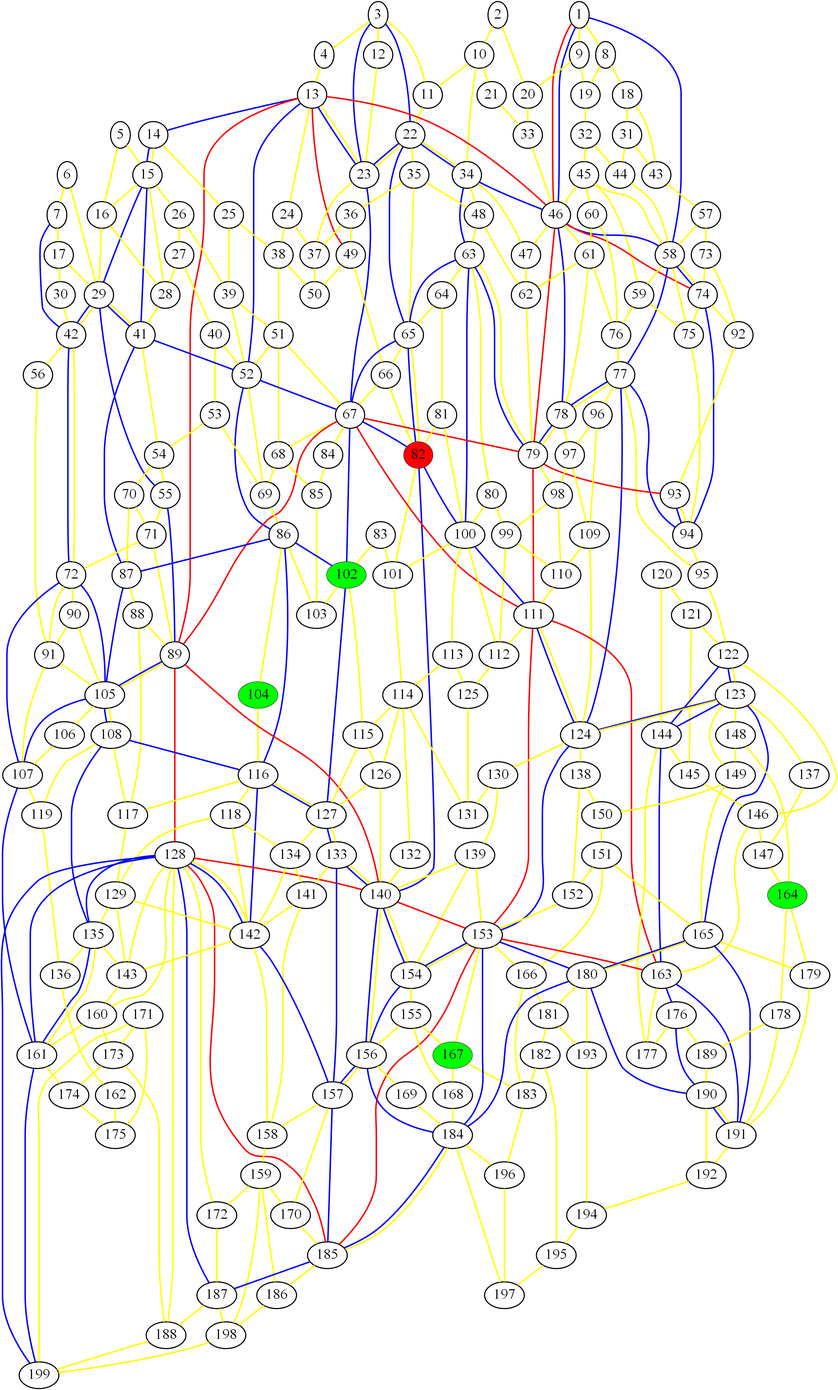
This is graph_20.png from ed-churchill/complex-systems-project, a Graphviz export, as it was before one commit. Its source is kept beside it as graph_20.gv.
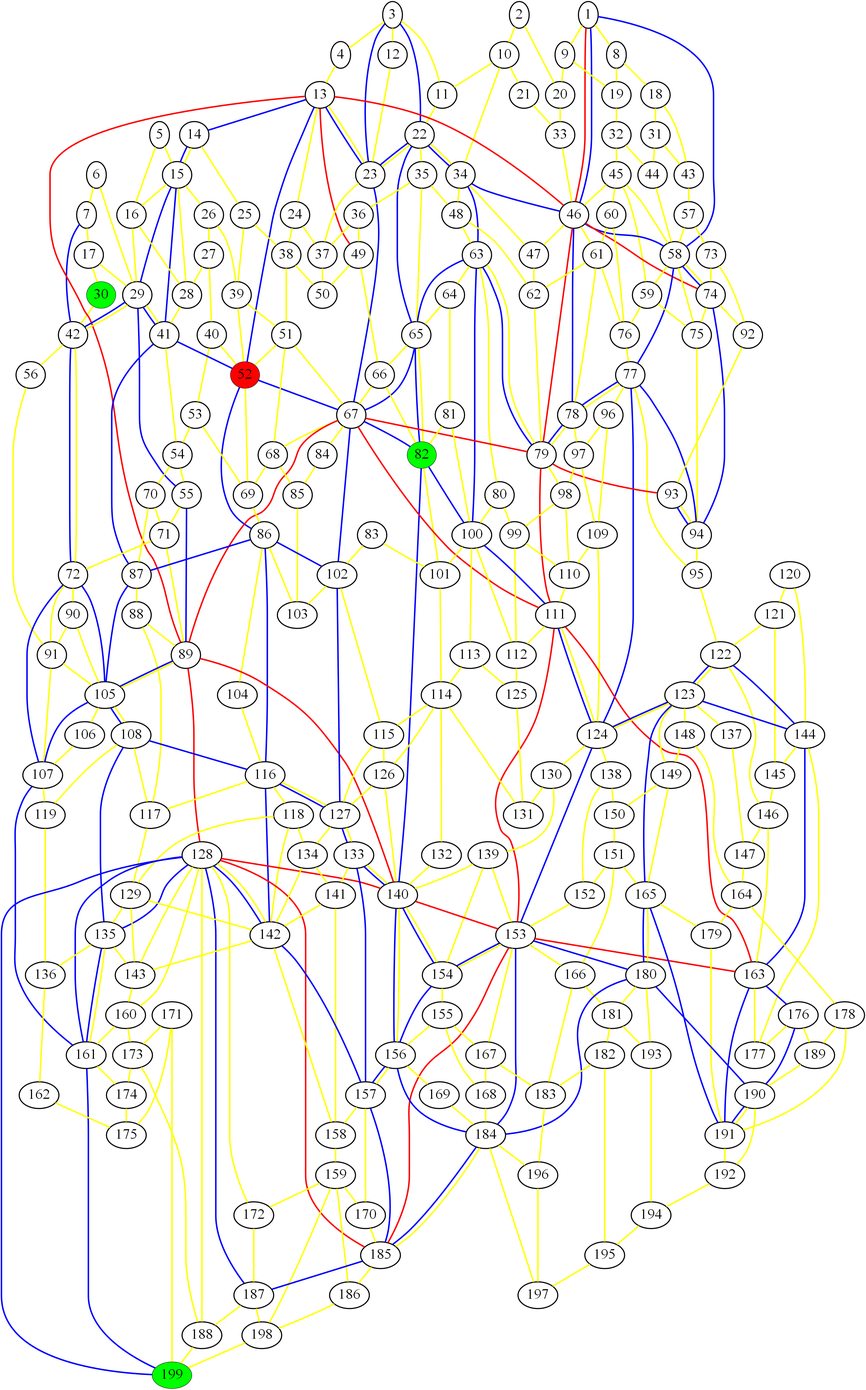
After the change.

The edit, as a diff of the source:
```diff
@@ -1,9 +1,9 @@
 graph london_graph {
-82 [fillcolor=red, fontsize=40, pendwidth=3, style=filled];
-104 [fillcolor=green, fontsize=40, pendwidth=3, style=filled];
-164 [fillcolor=green, fontsize=40, pendwidth=3, style=filled];
-167 [fillcolor=green, fontsize=40, pendwidth=3, style=filled];
-102 [fillcolor=green, fontsize=40, pendwidth=3, style=filled];
+52 [fillcolor=red, fontsize=40, pendwidth=3, style=filled];
+30 [fillcolor=green, fontsize=40, pendwidth=3, style=filled];
+82 [fillcolor=green, fontsize=40, pendwidth=3, style=filled];
+199 [fillcolor=green, fontsize=40, pendwidth=3, style=filled];
+82 [fillcolor=green, fontsize=40, pendwidth=3, style=filled];
 1 [fontsize=40, penwidth=3];
 2 [fontsize=40, penwidth=3];
 3 [fontsize=40, penwidth=3];
@@ -33,7 +33,6 @@
 27 [fontsize=40, penwidth=3];
 28 [fontsize=40, penwidth=3];
 29 [fontsize=40, penwidth=3];
-30 [fontsize=40, penwidth=3];
 31 [fontsize=40, penwidth=3];
 32 [fontsize=40, penwidth=3];
 33 [fontsize=40, penwidth=3];
@@ -55,7 +54,6 @@
 49 [fontsize=40, penwidth=3];
 50 [fontsize=40, penwidth=3];
 51 [fontsize=40, penwidth=3];
-52 [fontsize=40, penwidth=3];
 53 [fontsize=40, penwidth=3];
 54 [fontsize=40, penwidth=3];
 55 [fontsize=40, penwidth=3];
@@ -104,7 +102,9 @@
 99 [fontsize=40, penwidth=3];
 100 [fontsize=40, penwidth=3];
 101 [fontsize=40, penwidth=3];
+102 [fontsize=40, penwidth=3];
 103 [fontsize=40, penwidth=3];
+104 [fontsize=40, penwidth=3];
 105 [fontsize=40, penwidth=3];
 106 [fontsize=40, penwidth=3];
 107 [fontsize=40, penwidth=3];
@@ -164,8 +164,10 @@
 161 [fontsize=40, penwidth=3];
 162 [fontsize=40, penwidth=3];
 163 [fontsize=40, penwidth=3];
+164 [fontsize=40, penwidth=3];
 165 [fontsize=40, penwidth=3];
 166 [fontsize=40, penwidth=3];
+167 [fontsize=40, penwidth=3];
 168 [fontsize=40, penwidth=3];
 169 [fontsize=40, penwidth=3];
 170 [fontsize=40, penwidth=3];
@@ -197,7 +199,6 @@
 196 [fontsize=40, penwidth=3];
 197 [fontsize=40, penwidth=3];
 198 [fontsize=40, penwidth=3];
-199 [fontsize=40, penwidth=3];
 1 -- 46  [color=red, penwidth=4];
 13 -- 46  [color=red, penwidth=4];
 13 -- 49  [color=red, penwidth=4];
```
